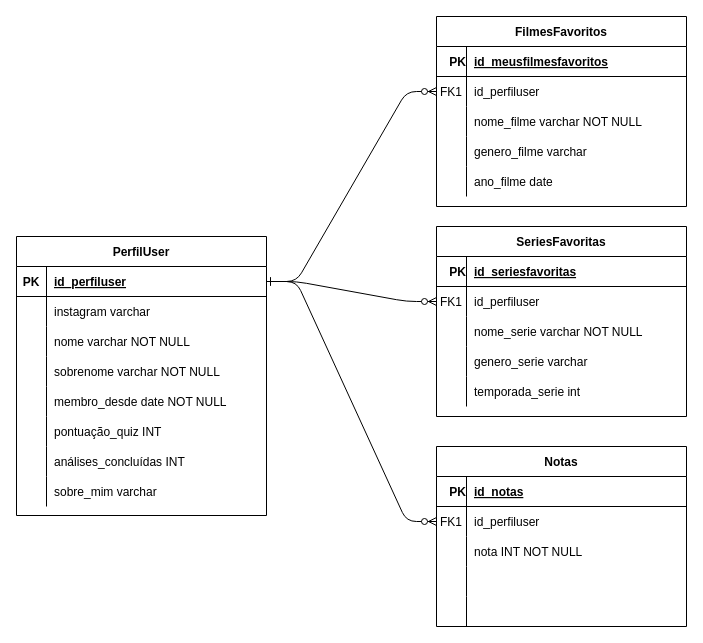
This is DER Perfil User.drawio from cinemundo/cinemundo, a draw.io file, before an edit. Source tidied: cells renumbered, new cells numbered last; positions are measured from the earlier drawing's top-left corner, leaving out a move shared by most shapes. Both pictures are drawn from the tidied source at 100%, with x=0, y=0 at pixel (16, 16).
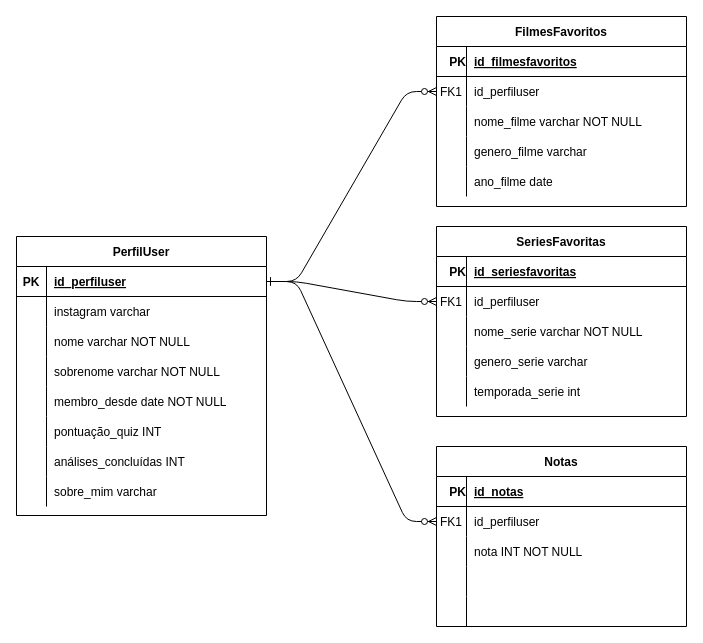
Above is the later version.

The change refers to these unchanged cells:
```xml
<mxCell id="4" style="shape=partialRectangle;fillColor=none;top=0;left=0;right=0;bottom=1;" parent="3" vertex="1">
  <mxGeometry y="30" width="250" height="30" as="geometry" />
</mxCell>
```

Change to the diagram source:
```diff
@@
-    <mxCell id="6" value="id_meusfilmesfavoritos" style="shape=partialRectangle;overflow=hidden;fillColor=none;top=0;left=0;bottom=0;right=0;align=left;spacingLeft=6;fontStyle=5;" parent="4" vertex="1">
+    <mxCell id="6" value="id_filmesfavoritos" style="shape=partialRectangle;overflow=hidden;fillColor=none;top=0;left=0;bottom=0;right=0;align=left;spacingLeft=6;fontStyle=5;" parent="4" vertex="1">
       <mxGeometry x="30" width="220" height="30" as="geometry" />
     </mxCell>
```
